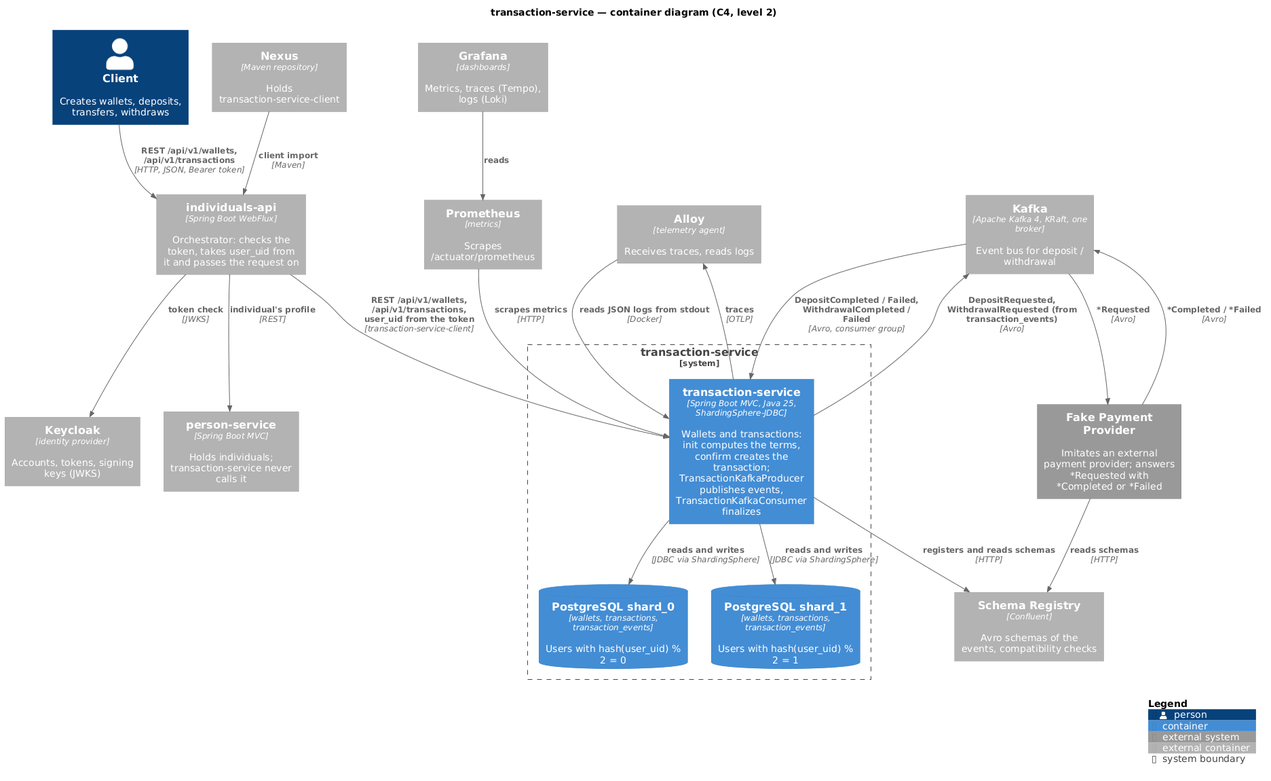
dezxxx/payment-platform keeps this PlantUML diagram as transaction-service/diagrams-c4/png/en/container.png. Above is the earlier version.
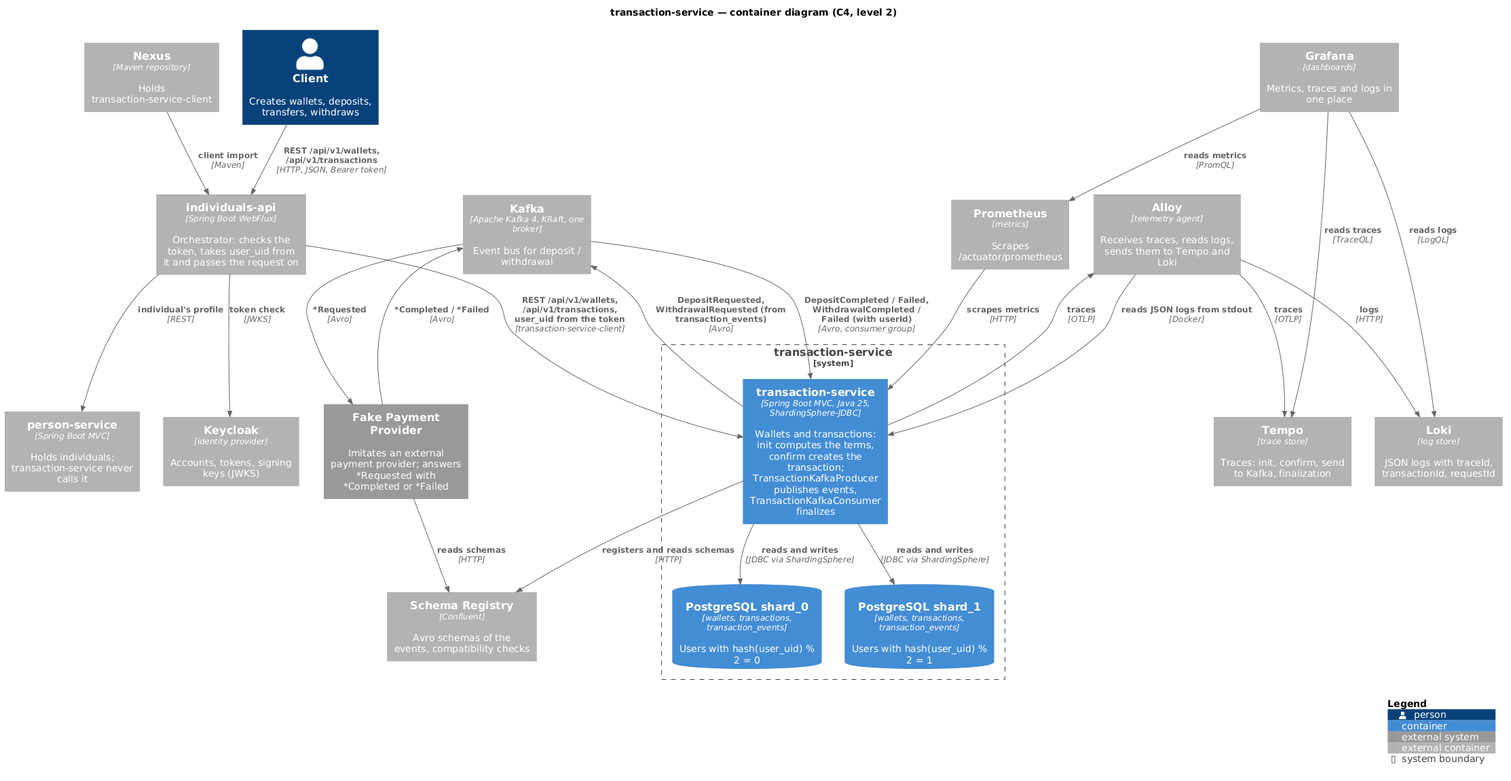
The same diagram one commit later.

The edit, as a diff of the source:
```diff
@@ -21,8 +21,10 @@
 
 Container_Ext(nexus, "Nexus", "Maven repository", "Holds transaction-service-client")
 Container_Ext(prometheus, "Prometheus", "metrics", "Scrapes /actuator/prometheus")
-Container_Ext(alloy, "Alloy", "telemetry agent", "Receives traces, reads logs")
-Container_Ext(grafana, "Grafana", "dashboards", "Metrics, traces (Tempo), logs (Loki)")
+Container_Ext(alloy, "Alloy", "telemetry agent", "Receives traces, reads logs, sends them to Tempo and Loki")
+Container_Ext(tempo, "Tempo", "trace store", "Traces: init, confirm, send to Kafka, finalization")
+Container_Ext(loki, "Loki", "log store", "JSON logs with traceId, transactionId, requestId")
+Container_Ext(grafana, "Grafana", "dashboards", "Metrics, traces and logs in one place")
 
 Rel(client, individualsApi, "REST /api/v1/wallets, /api/v1/transactions", "HTTP, JSON, Bearer token")
 Rel(individualsApi, keycloak, "token check", "JWKS")
@@ -31,7 +33,7 @@
 Rel(app, shard0, "reads and writes", "JDBC via ShardingSphere")
 Rel(app, shard1, "reads and writes", "JDBC via ShardingSphere")
 Rel(app, kafka, "DepositRequested, WithdrawalRequested (from transaction_events)", "Avro")
-Rel(kafka, app, "DepositCompleted / Failed, WithdrawalCompleted / Failed", "Avro, consumer group")
+Rel(kafka, app, "DepositCompleted / Failed, WithdrawalCompleted / Failed (with userId)", "Avro, consumer group")
 Rel(kafka, provider, "*Requested", "Avro")
 Rel(provider, kafka, "*Completed / *Failed", "Avro")
 Rel(app, schemaRegistry, "registers and reads schemas", "HTTP")
@@ -40,7 +42,11 @@
 Rel(prometheus, app, "scrapes metrics", "HTTP")
 Rel(app, alloy, "traces", "OTLP")
 Rel(alloy, app, "reads JSON logs from stdout", "Docker")
-Rel(grafana, prometheus, "reads")
+Rel(alloy, tempo, "traces", "OTLP")
+Rel(alloy, loki, "logs", "HTTP")
+Rel(grafana, prometheus, "reads metrics", "PromQL")
+Rel(grafana, tempo, "reads traces", "TraceQL")
+Rel(grafana, loki, "reads logs", "LogQL")
 
 SHOW_LEGEND()
 @enduml
```
